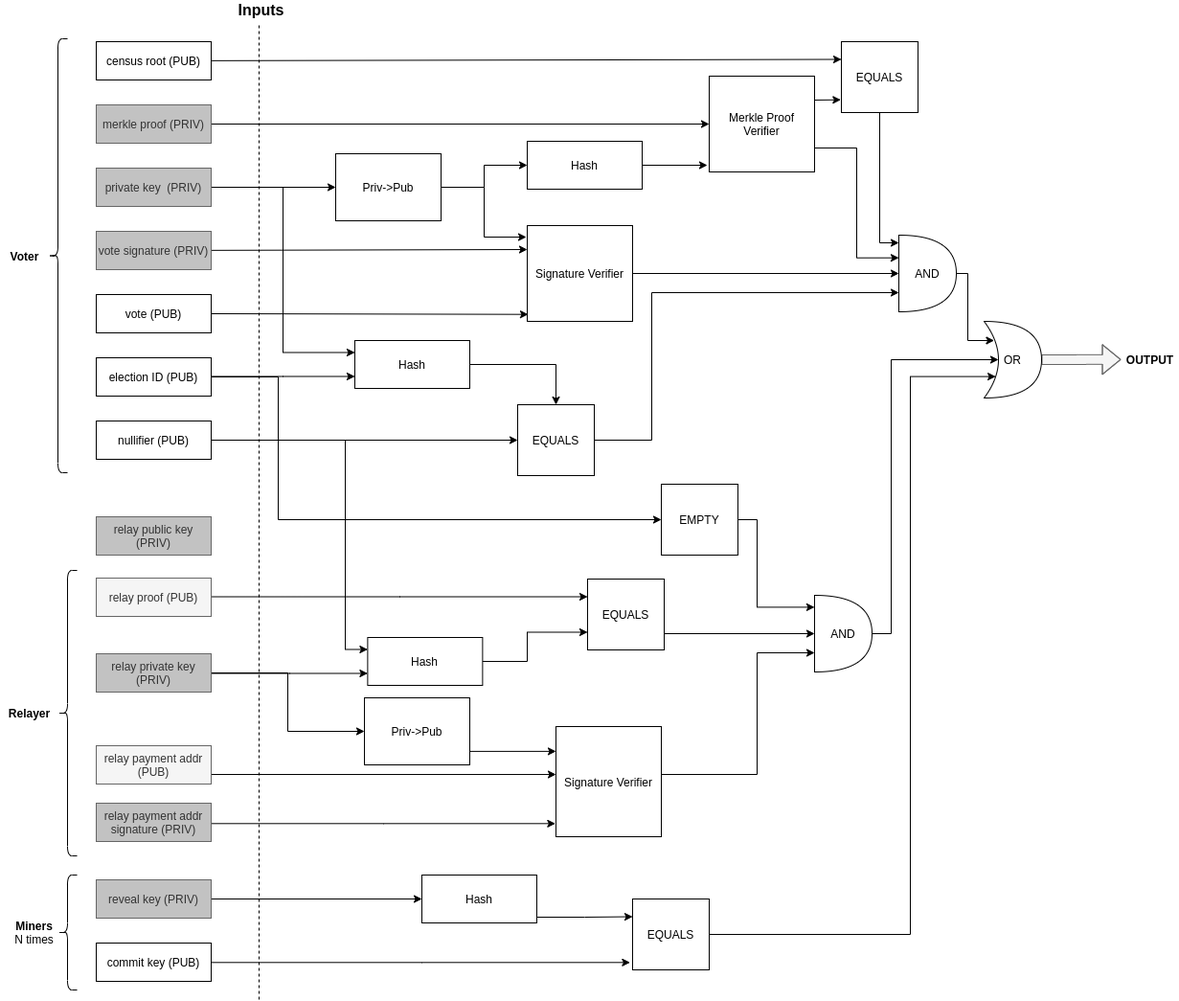
vocdoni/design keeps this draw.io diagram as drawio/vocdoni_circuit.png. Above is the earlier version. Source tidied: cells renumbered, new cells last; positions are measured from the earlier drawing's top-left corner, leaving out a move shared by most shapes.
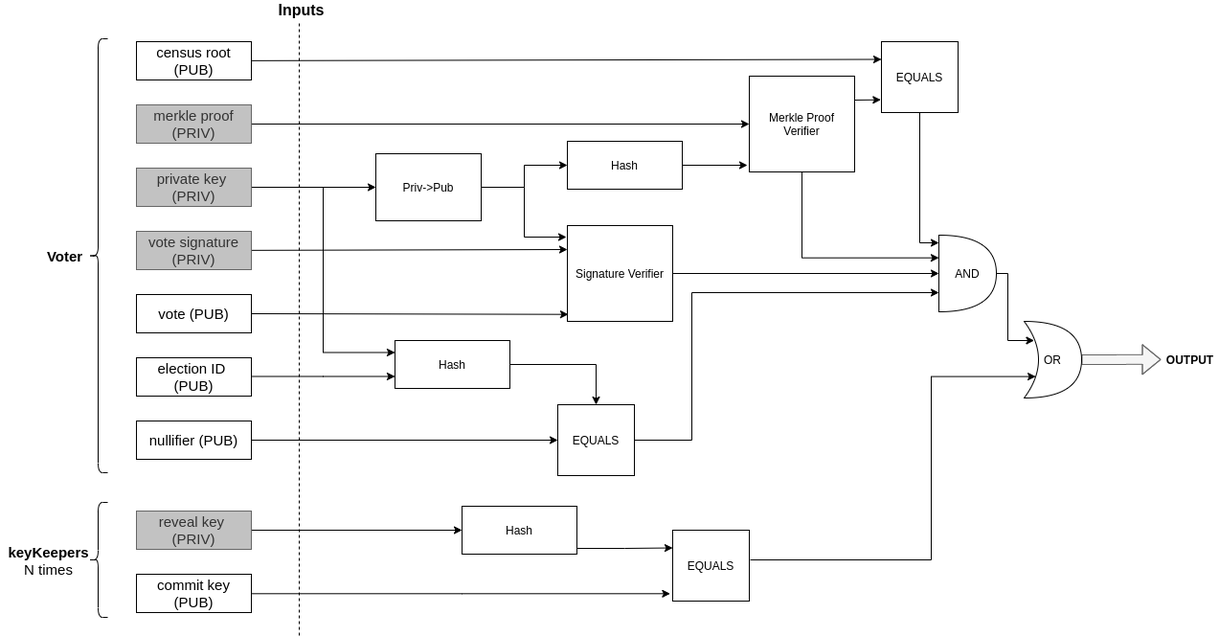
After the change.

Commit message:
update zk-snarks circuit to a simplified version

Diff of the diagram source:
```diff
@@ -5,13 +5,13 @@
     <mxCell id="2" style="edgeStyle=none;rounded=0;jettySize=auto;html=1;entryX=0;entryY=0.25;entryDx=0;entryDy=0;" parent="1" edge="1" source="3" target="26">
       <mxGeometry relative="1" as="geometry" />
     </mxCell>
-    <mxCell id="3" value="census root (PUB)" style="rounded=0;whiteSpace=wrap;html=1;" parent="1" vertex="1">
+    <mxCell id="3" value="&lt;font style=&quot;font-size: 15px&quot;&gt;census root (PUB)&lt;/font&gt;" style="rounded=0;whiteSpace=wrap;html=1;" parent="1" vertex="1">
       <mxGeometry x="100" y="43" width="120" height="40" as="geometry" />
     </mxCell>
     <mxCell id="4" style="edgeStyle=orthogonalEdgeStyle;rounded=0;jettySize=auto;html=1;entryX=0;entryY=0.5;entryDx=0;entryDy=0;" parent="1" edge="1" source="5" target="35">
       <mxGeometry relative="1" as="geometry" />
     </mxCell>
-    <mxCell id="5" value="merkle proof (PRIV)" style="rounded=0;whiteSpace=wrap;html=1;fillColor=#C2C2C2;strokeColor=#666666;fontColor=#333333;" parent="1" vertex="1">
+    <mxCell id="5" value="&lt;font style=&quot;font-size: 15px&quot;&gt;merkle proof (PRIV)&lt;/font&gt;" style="rounded=0;whiteSpace=wrap;html=1;fillColor=#C2C2C2;strokeColor=#666666;fontColor=#333333;" parent="1" vertex="1">
       <mxGeometry x="100" y="109" width="120" height="40" as="geometry" />
     </mxCell>
     <mxCell id="6" style="edgeStyle=orthogonalEdgeStyle;rounded=0;jettySize=auto;html=1;exitX=1;exitY=0.5;exitDx=0;exitDy=0;entryX=0;entryY=0.5;entryDx=0;entryDy=0;" parent="1" edge="1" source="8" target="30">
@@ -20,19 +20,19 @@
     <mxCell id="7" style="edgeStyle=orthogonalEdgeStyle;rounded=0;jettySize=auto;html=1;entryX=0;entryY=0.25;entryDx=0;entryDy=0;" parent="1" edge="1" source="8" target="42">
       <mxGeometry relative="1" as="geometry" />
     </mxCell>
-    <mxCell id="8" value="private key&amp;nbsp; (PRIV)" style="rounded=0;whiteSpace=wrap;html=1;fillColor=#C2C2C2;strokeColor=#666666;fontColor=#333333;" parent="1" vertex="1">
+    <mxCell id="8" value="&lt;font style=&quot;font-size: 15px&quot;&gt;private key&amp;nbsp; (PRIV)&lt;/font&gt;" style="rounded=0;whiteSpace=wrap;html=1;fillColor=#C2C2C2;strokeColor=#666666;fontColor=#333333;" parent="1" vertex="1">
       <mxGeometry x="100" y="175" width="120" height="40" as="geometry" />
     </mxCell>
     <mxCell id="9" style="edgeStyle=none;rounded=0;jettySize=auto;html=1;entryX=0;entryY=0.25;entryDx=0;entryDy=0;" parent="1" edge="1" source="10" target="37">
       <mxGeometry relative="1" as="geometry" />
     </mxCell>
-    <mxCell id="10" value="vote signature (PRIV)" style="rounded=0;whiteSpace=wrap;html=1;fillColor=#C2C2C2;strokeColor=#666666;fontColor=#333333;" parent="1" vertex="1">
+    <mxCell id="10" value="&lt;font style=&quot;font-size: 15px&quot;&gt;vote signature (PRIV)&lt;/font&gt;" style="rounded=0;whiteSpace=wrap;html=1;fillColor=#C2C2C2;strokeColor=#666666;fontColor=#333333;" parent="1" vertex="1">
       <mxGeometry x="100" y="241" width="120" height="40" as="geometry" />
     </mxCell>
     <mxCell id="11" style="edgeStyle=none;rounded=0;jettySize=auto;html=1;exitX=1;exitY=0.5;exitDx=0;exitDy=0;entryX=0.009;entryY=0.927;entryDx=0;entryDy=0;entryPerimeter=0;" parent="1" edge="1" source="12" target="37">
       <mxGeometry relative="1" as="geometry" />
     </mxCell>
-    <mxCell id="12" value="vote (PUB)" style="rounded=0;whiteSpace=wrap;html=1;" parent="1" vertex="1">
+    <mxCell id="12" value="&lt;font style=&quot;font-size: 15px&quot;&gt;vote (PUB)&lt;/font&gt;" style="rounded=0;whiteSpace=wrap;html=1;" parent="1" vertex="1">
       <mxGeometry x="100" y="307" width="120" height="40" as="geometry" />
     </mxCell>
     <mxCell id="13" style="edgeStyle=orthogonalEdgeStyle;rounded=0;jettySize=auto;html=1;entryX=0;entryY=0.75;entryDx=0;entryDy=0;" parent="1" edge="1" source="15" target="42">
@@ -42,50 +42,34 @@
         </Array>
       </mxGeometry>
     </mxCell>
-    <mxCell id="14" style="edgeStyle=orthogonalEdgeStyle;rounded=0;jettySize=auto;html=1;exitX=1;exitY=0.5;exitDx=0;exitDy=0;entryX=0;entryY=0.5;entryDx=0;entryDy=0;" parent="1" edge="1" source="15" target="52">
-      <mxGeometry relative="1" as="geometry">
-        <Array as="points">
-          <mxPoint x="290" y="393" />
-          <mxPoint x="290" y="542" />
-        </Array>
-      </mxGeometry>
-    </mxCell>
-    <mxCell id="15" value="election ID (PUB)" style="rounded=0;whiteSpace=wrap;html=1;" parent="1" vertex="1">
+    <mxCell id="15" value="&lt;font style=&quot;font-size: 15px&quot;&gt;election ID&amp;nbsp; (PUB)&lt;/font&gt;" style="rounded=0;whiteSpace=wrap;html=1;" parent="1" vertex="1">
       <mxGeometry x="100" y="373" width="120" height="40" as="geometry" />
     </mxCell>
     <mxCell id="16" style="edgeStyle=orthogonalEdgeStyle;rounded=0;jettySize=auto;html=1;entryX=0;entryY=0.5;entryDx=0;entryDy=0;" parent="1" edge="1" source="18" target="44">
       <mxGeometry relative="1" as="geometry" />
     </mxCell>
-    <mxCell id="17" style="edgeStyle=orthogonalEdgeStyle;rounded=0;jettySize=auto;html=1;entryX=0;entryY=0.25;entryDx=0;entryDy=0;" parent="1" edge="1" source="18" target="50">
-      <mxGeometry relative="1" as="geometry">
-        <Array as="points">
-          <mxPoint x="360" y="459" />
-          <mxPoint x="360" y="677" />
-        </Array>
-      </mxGeometry>
-    </mxCell>
-    <mxCell id="18" value="nullifier (PUB)" style="rounded=0;whiteSpace=wrap;html=1;" parent="1" vertex="1">
+    <mxCell id="18" value="&lt;font style=&quot;font-size: 15px&quot;&gt;nullifier (PUB)&lt;/font&gt;" style="rounded=0;whiteSpace=wrap;html=1;" parent="1" vertex="1">
       <mxGeometry x="100" y="439" width="120" height="40" as="geometry" />
     </mxCell>
     <mxCell id="19" style="edgeStyle=orthogonalEdgeStyle;rounded=0;jettySize=auto;html=1;entryX=0;entryY=0.5;entryDx=0;entryDy=0;" parent="1" edge="1" source="20" target="32">
       <mxGeometry relative="1" as="geometry" />
     </mxCell>
-    <mxCell id="20" value="reveal key (PRIV)" style="rounded=0;whiteSpace=wrap;html=1;fillColor=#C2C2C2;strokeColor=#666666;fontColor=#333333;" parent="1" vertex="1">
-      <mxGeometry x="100" y="918" width="120" height="40" as="geometry" />
+    <mxCell id="20" value="&lt;font style=&quot;font-size: 15px&quot;&gt;reveal key&amp;nbsp; (PRIV)&lt;/font&gt;" style="rounded=0;whiteSpace=wrap;html=1;fillColor=#C2C2C2;strokeColor=#666666;fontColor=#333333;" parent="1" vertex="1">
+      <mxGeometry x="100" y="533" width="120" height="40" as="geometry" />
     </mxCell>
     <mxCell id="21" style="edgeStyle=orthogonalEdgeStyle;rounded=0;jettySize=auto;html=1;entryX=-0.033;entryY=0.896;entryDx=0;entryDy=0;entryPerimeter=0;" parent="1" edge="1" source="22" target="69">
       <mxGeometry relative="1" as="geometry">
         <Array as="points">
-          <mxPoint x="440" y="1004" />
+          <mxPoint x="440" y="619" />
         </Array>
       </mxGeometry>
     </mxCell>
-    <mxCell id="22" value="commit key (PUB)" style="rounded=0;whiteSpace=wrap;html=1;" parent="1" vertex="1">
-      <mxGeometry x="100" y="984" width="120" height="40" as="geometry" />
+    <mxCell id="22" value="&lt;font style=&quot;font-size: 15px&quot;&gt;commit key (PUB)&lt;/font&gt;" style="rounded=0;whiteSpace=wrap;html=1;" parent="1" vertex="1">
+      <mxGeometry x="100" y="599" width="120" height="40" as="geometry" />
     </mxCell>
     <mxCell id="23" style="endArrow=none;dashed=1;html=1;" parent="1" edge="1">
       <mxGeometry relative="1" as="geometry">
-        <mxPoint x="270" y="1043" as="sourcePoint" />
+        <mxPoint x="270" y="663" as="sourcePoint" />
         <mxPoint x="270" y="23" as="targetPoint" />
       </mxGeometry>
     </mxCell>
@@ -98,16 +82,6 @@
     <mxCell id="26" value="EQUALS" style="rounded=0;whiteSpace=wrap;html=1;" parent="1" vertex="1">
       <mxGeometry x="878" y="43" width="80" height="74" as="geometry" />
     </mxCell>
-    <mxCell id="27" style="edgeStyle=orthogonalEdgeStyle;rounded=0;jettySize=auto;html=1;exitX=1;exitY=0.75;exitDx=0;exitDy=0;entryX=0;entryY=0.5;entryDx=0;entryDy=0;entryPerimeter=0;" parent="1" edge="1" source="28" target="67">
-      <mxGeometry relative="1" as="geometry">
-        <Array as="points">
-          <mxPoint x="693" y="661" />
-        </Array>
-      </mxGeometry>
-    </mxCell>
-    <mxCell id="28" value="EQUALS" style="rounded=0;whiteSpace=wrap;html=1;" parent="1" vertex="1">
-      <mxGeometry x="613" y="604" width="80" height="74" as="geometry" />
-    </mxCell>
     <mxCell id="29" style="edgeStyle=orthogonalEdgeStyle;rounded=0;jettySize=auto;html=1;exitX=1;exitY=0.5;exitDx=0;exitDy=0;entryX=0;entryY=0.5;entryDx=0;entryDy=0;" parent="1" edge="1" source="30" target="39">
       <mxGeometry relative="1" as="geometry" />
     </mxCell>
@@ -117,19 +91,23 @@
     <mxCell id="31" style="edgeStyle=orthogonalEdgeStyle;rounded=0;jettySize=auto;html=1;exitX=1;exitY=0.5;exitDx=0;exitDy=0;entryX=0;entryY=0.25;entryDx=0;entryDy=0;" parent="1" edge="1" source="32" target="69">
       <mxGeometry relative="1" as="geometry">
         <Array as="points">
-          <mxPoint x="560" y="957" />
-          <mxPoint x="610" y="957" />
+          <mxPoint x="560" y="572" />
+          <mxPoint x="610" y="572" />
         </Array>
       </mxGeometry>
     </mxCell>
     <mxCell id="32" value="Hash" style="rounded=0;whiteSpace=wrap;html=1;" parent="1" vertex="1">
-      <mxGeometry x="440" y="913" width="120" height="50" as="geometry" />
+      <mxGeometry x="440" y="528" width="120" height="50" as="geometry" />
     </mxCell>
     <mxCell id="33" style="edgeStyle=none;rounded=0;jettySize=auto;html=1;exitX=1;exitY=0.25;exitDx=0;exitDy=0;entryX=-0.008;entryY=0.82;entryDx=0;entryDy=0;entryPerimeter=0;" parent="1" edge="1" source="35" target="26">
       <mxGeometry relative="1" as="geometry" />
     </mxCell>
-    <mxCell id="34" style="edgeStyle=orthogonalEdgeStyle;rounded=0;jettySize=auto;html=1;exitX=1;exitY=0.75;exitDx=0;exitDy=0;entryX=0;entryY=0.296;entryDx=0;entryDy=0;entryPerimeter=0;" parent="1" edge="1" source="35" target="46">
-      <mxGeometry relative="1" as="geometry" />
+    <mxCell id="34" style="edgeStyle=orthogonalEdgeStyle;rounded=0;jettySize=auto;html=1;exitX=0.5;exitY=1;exitDx=0;exitDy=0;entryX=0;entryY=0.296;entryDx=0;entryDy=0;entryPerimeter=0;" parent="1" edge="1" source="35" target="46">
+      <mxGeometry relative="1" as="geometry">
+        <Array as="points">
+          <mxPoint x="795" y="269" />
+        </Array>
+      </mxGeometry>
     </mxCell>
     <mxCell id="35" value="Merkle Proof Verifier" style="rounded=0;whiteSpace=wrap;html=1;" parent="1" vertex="1">
       <mxGeometry x="740" y="79" width="110" height="100" as="geometry" />
@@ -187,114 +165,16 @@
     <mxCell id="48" value="OR" style="shape=xor;whiteSpace=wrap;html=1;" parent="1" vertex="1">
       <mxGeometry x="1027" y="335" width="60" height="80" as="geometry" />
     </mxCell>
-    <mxCell id="49" style="edgeStyle=orthogonalEdgeStyle;rounded=0;jettySize=auto;html=1;entryX=0;entryY=0.75;entryDx=0;entryDy=0;" parent="1" edge="1" source="50" target="28">
-      <mxGeometry relative="1" as="geometry">
-        <Array as="points">
-          <mxPoint x="550" y="690" />
-          <mxPoint x="550" y="660" />
-        </Array>
-      </mxGeometry>
-    </mxCell>
-    <mxCell id="50" value="Hash" style="rounded=0;whiteSpace=wrap;html=1;" parent="1" vertex="1">
-      <mxGeometry x="383.4" y="665" width="120" height="50" as="geometry" />
-    </mxCell>
-    <mxCell id="51" style="edgeStyle=orthogonalEdgeStyle;rounded=0;jettySize=auto;html=1;entryX=-0.001;entryY=0.155;entryDx=0;entryDy=0;entryPerimeter=0;" parent="1" edge="1" source="52" target="67">
-      <mxGeometry relative="1" as="geometry">
-        <Array as="points">
-          <mxPoint x="790" y="542" />
-          <mxPoint x="790" y="633" />
-        </Array>
-      </mxGeometry>
-    </mxCell>
-    <mxCell id="52" value="EMPTY" style="rounded=0;whiteSpace=wrap;html=1;" parent="1" vertex="1">
-      <mxGeometry x="690" y="505" width="80" height="74" as="geometry" />
-    </mxCell>
-    <mxCell id="53" style="edgeStyle=orthogonalEdgeStyle;rounded=0;jettySize=auto;html=1;entryX=0;entryY=0.75;entryDx=0;entryDy=0;entryPerimeter=0;" parent="1" edge="1" source="54" target="67">
-      <mxGeometry relative="1" as="geometry">
-        <Array as="points">
-          <mxPoint x="790" y="808" />
-          <mxPoint x="790" y="681" />
-        </Array>
-      </mxGeometry>
-    </mxCell>
-    <mxCell id="54" value="Signature Verifier" style="rounded=0;whiteSpace=wrap;html=1;" parent="1" vertex="1">
-      <mxGeometry x="580" y="758" width="110" height="115" as="geometry" />
-    </mxCell>
-    <mxCell id="55" style="edgeStyle=orthogonalEdgeStyle;rounded=0;jettySize=auto;html=1;entryX=0;entryY=0.75;entryDx=0;entryDy=0;" parent="1" edge="1" source="57" target="50">
-      <mxGeometry relative="1" as="geometry">
-        <Array as="points">
-          <mxPoint x="302" y="702" />
-        </Array>
-      </mxGeometry>
-    </mxCell>
-    <mxCell id="56" style="edgeStyle=orthogonalEdgeStyle;rounded=0;jettySize=auto;html=1;entryX=0;entryY=0.5;entryDx=0;entryDy=0;" parent="1" edge="1" source="57" target="65">
-      <mxGeometry relative="1" as="geometry">
-        <Array as="points">
-          <mxPoint x="300" y="702" />
-          <mxPoint x="300" y="763" />
-        </Array>
-      </mxGeometry>
-    </mxCell>
-    <mxCell id="57" value="relay private key (PRIV)" style="rounded=0;whiteSpace=wrap;html=1;fillColor=#C2C2C2;strokeColor=#666666;fontColor=#333333;" parent="1" vertex="1">
-      <mxGeometry x="100" y="682" width="120" height="40" as="geometry" />
-    </mxCell>
-    <mxCell id="58" style="edgeStyle=orthogonalEdgeStyle;rounded=0;jettySize=auto;html=1;exitX=1;exitY=0.75;exitDx=0;exitDy=0;entryX=0;entryY=0.435;entryDx=0;entryDy=0;entryPerimeter=0;fillColor=#ffffff;" parent="1" edge="1" source="59" target="54">
-      <mxGeometry relative="1" as="geometry" />
-    </mxCell>
-    <mxCell id="59" value="relay payment addr (PUB)" style="rounded=0;whiteSpace=wrap;html=1;fillColor=#f5f5f5;strokeColor=#666666;fontColor=#333333;" parent="1" vertex="1">
-      <mxGeometry x="100" y="778" width="120" height="40" as="geometry" />
-    </mxCell>
-    <mxCell id="60" style="edgeStyle=orthogonalEdgeStyle;rounded=0;jettySize=auto;html=1;entryX=-0.006;entryY=0.881;entryDx=0;entryDy=0;entryPerimeter=0;" parent="1" edge="1" source="61" target="54">
-      <mxGeometry relative="1" as="geometry">
-        <Array as="points">
-          <mxPoint x="400" y="859" />
-        </Array>
-      </mxGeometry>
-    </mxCell>
-    <mxCell id="61" value="relay payment addr signature (PRIV)" style="rounded=0;whiteSpace=wrap;html=1;fillColor=#C2C2C2;strokeColor=#666666;fontColor=#333333;" parent="1" vertex="1">
-      <mxGeometry x="100" y="838" width="120" height="40" as="geometry" />
-    </mxCell>
-    <mxCell id="62" style="edgeStyle=orthogonalEdgeStyle;rounded=0;jettySize=auto;html=1;entryX=0;entryY=0.25;entryDx=0;entryDy=0;" parent="1" edge="1" source="63" target="28">
-      <mxGeometry relative="1" as="geometry">
-        <Array as="points">
-          <mxPoint x="417" y="623" />
-        </Array>
-      </mxGeometry>
-    </mxCell>
-    <mxCell id="63" value="relay proof (PUB)" style="rounded=0;whiteSpace=wrap;html=1;fillColor=#f5f5f5;strokeColor=#666666;fontColor=#333333;" parent="1" vertex="1">
-      <mxGeometry x="100" y="603" width="120" height="40" as="geometry" />
-    </mxCell>
-    <mxCell id="64" style="edgeStyle=orthogonalEdgeStyle;rounded=0;jettySize=auto;html=1;exitX=1;exitY=0.75;exitDx=0;exitDy=0;entryX=0;entryY=0.225;entryDx=0;entryDy=0;entryPerimeter=0;" parent="1" edge="1" source="65" target="54">
-      <mxGeometry relative="1" as="geometry">
-        <Array as="points">
-          <mxPoint x="490" y="784" />
-        </Array>
-      </mxGeometry>
-    </mxCell>
-    <mxCell id="65" value="Priv-&amp;gt;Pub" style="rounded=0;whiteSpace=wrap;html=1;" parent="1" vertex="1">
-      <mxGeometry x="380" y="728" width="110" height="70" as="geometry" />
-    </mxCell>
-    <mxCell id="66" style="edgeStyle=orthogonalEdgeStyle;rounded=0;jettySize=auto;html=1;entryX=0.25;entryY=0.5;entryDx=0;entryDy=0;entryPerimeter=0;" parent="1" edge="1" source="67" target="48">
-      <mxGeometry relative="1" as="geometry">
-        <Array as="points">
-          <mxPoint x="930" y="661" />
-          <mxPoint x="930" y="375" />
-        </Array>
-      </mxGeometry>
-    </mxCell>
-    <mxCell id="67" value="AND" style="shape=or;whiteSpace=wrap;html=1;" parent="1" vertex="1">
-      <mxGeometry x="850" y="621" width="60" height="80" as="geometry" />
-    </mxCell>
-    <mxCell id="68" style="edgeStyle=orthogonalEdgeStyle;rounded=0;jettySize=auto;html=1;entryX=0.202;entryY=0.72;entryDx=0;entryDy=0;entryPerimeter=0;" parent="1" edge="1" source="69" target="48">
+    <mxCell id="68" style="edgeStyle=orthogonalEdgeStyle;rounded=0;jettySize=auto;html=1;entryX=0.202;entryY=0.72;entryDx=0;entryDy=0;entryPerimeter=0;exitX=1.013;exitY=0.419;exitDx=0;exitDy=0;exitPerimeter=0;" parent="1" edge="1" source="69" target="48">
       <mxGeometry relative="1" as="geometry">
         <Array as="points">
-          <mxPoint x="950" y="975" />
-          <mxPoint x="950" y="393" />
+          <mxPoint x="930" y="584" />
+          <mxPoint x="930" y="393" />
         </Array>
       </mxGeometry>
     </mxCell>
     <mxCell id="69" value="EQUALS" style="rounded=0;whiteSpace=wrap;html=1;" parent="1" vertex="1">
-      <mxGeometry x="660" y="938" width="80" height="74" as="geometry" />
+      <mxGeometry x="660" y="553" width="80" height="74" as="geometry" />
     </mxCell>
     <mxCell id="70" value="&lt;b&gt;OUTPUT&lt;/b&gt;" style="text;html=1;align=center;verticalAlign=middle;" parent="1" vertex="1">
       <mxGeometry x="1170" y="365" width="60" height="20" as="geometry" />
@@ -303,22 +183,13 @@
       <mxGeometry x="50" y="40" width="20" height="453" as="geometry" />
     </mxCell>
     <mxCell id="72" style="shape=curlyBracket;whiteSpace=wrap;html=1;rounded=1;fillColor=#C2C2C2;" parent="1" vertex="1">
-      <mxGeometry x="60" y="913" width="20" height="120" as="geometry" />
+      <mxGeometry x="50" y="524" width="20" height="120" as="geometry" />
     </mxCell>
-    <mxCell id="73" style="shape=curlyBracket;whiteSpace=wrap;html=1;rounded=1;fillColor=#C2C2C2;" parent="1" vertex="1">
-      <mxGeometry x="60" y="595" width="20" height="298" as="geometry" />
-    </mxCell>
-    <mxCell id="74" value="Voter" style="text;html=1;align=center;verticalAlign=middle;fontStyle=1;" parent="1" vertex="1">
+    <mxCell id="74" value="&lt;font style=&quot;font-size: 15px&quot;&gt;Voter&lt;/font&gt;" style="text;html=1;align=center;verticalAlign=middle;fontStyle=1;" parent="1" vertex="1">
       <mxGeometry y="256.5" width="50" height="20" as="geometry" />
     </mxCell>
-    <mxCell id="75" value="&lt;b&gt;Relayer&lt;/b&gt;" style="text;html=1;align=center;verticalAlign=middle;" parent="1" vertex="1">
-      <mxGeometry y="734" width="60" height="20" as="geometry" />
-    </mxCell>
-    <mxCell id="76" value="&lt;b&gt;Miners&lt;br&gt;&lt;/b&gt;N times" style="text;html=1;align=center;verticalAlign=middle;" parent="1" vertex="1">
-      <mxGeometry x="5" y="958" width="60" height="30" as="geometry" />
+    <mxCell id="76" value="&lt;font style=&quot;font-size: 15px&quot;&gt;&lt;b&gt;keyKeepers&lt;br&gt;&lt;/b&gt;N times&lt;/font&gt;" style="text;html=1;align=center;verticalAlign=middle;" parent="1" vertex="1">
+      <mxGeometry x="-42" y="565" width="100" height="40" as="geometry" />
     </mxCell>
-    <mxCell id="77" value="relay public key (PRIV)" style="rounded=0;whiteSpace=wrap;html=1;fillColor=#C2C2C2;strokeColor=#666666;fontColor=#333333;" parent="1" vertex="1">
-      <mxGeometry x="100" y="539" width="120" height="40" as="geometry" />
-    </mxCell>
   </root>
 </mxGraphModel>
```
